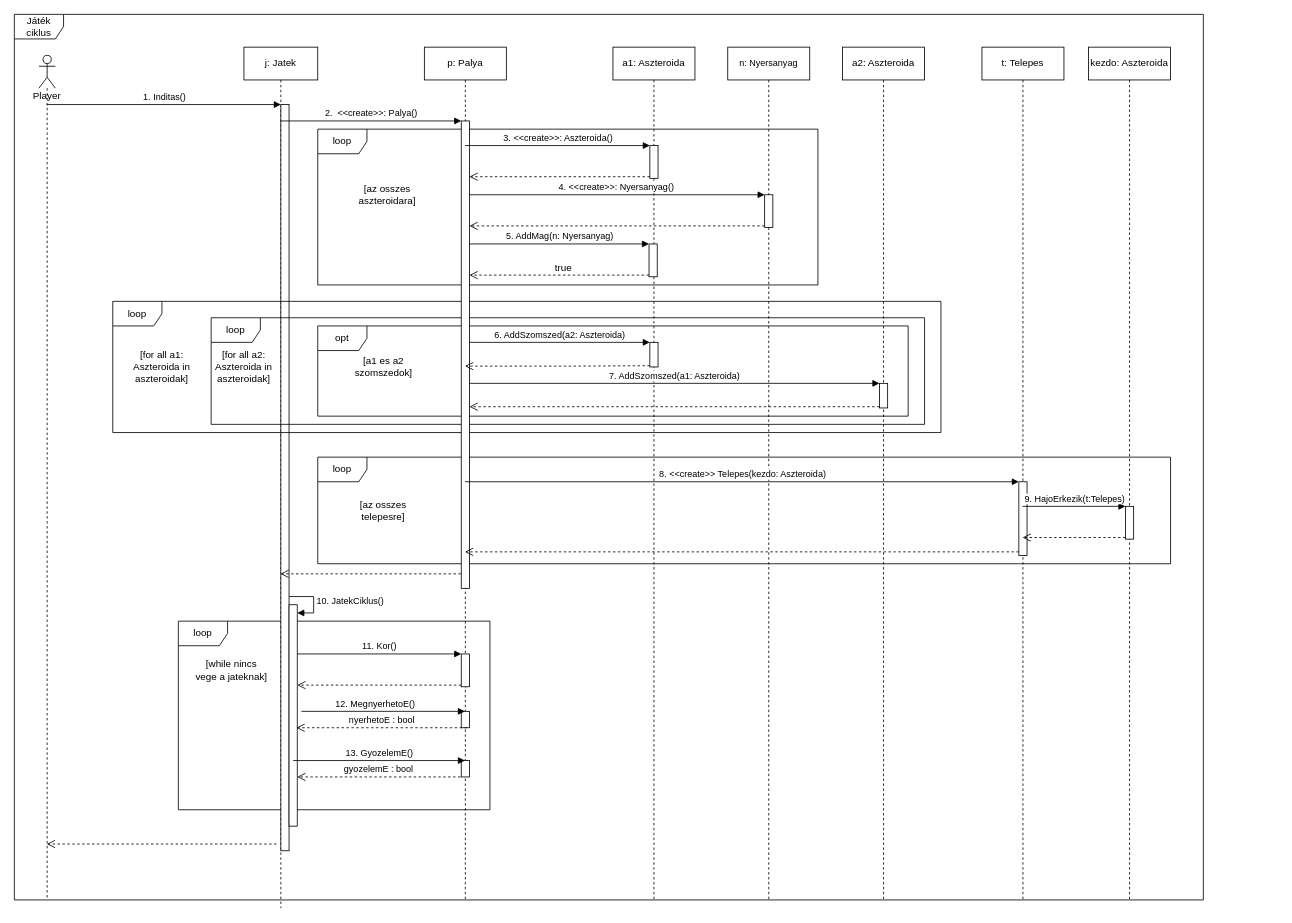
Above: doc/szekvencia/szek_JatekCiklus.drawio in torpeBoiGo/aszteroidabanyaszat (draw.io), before the change. Source tidied: cells renumbered, new cells numbered last; positions are measured from the earlier drawing's top-left corner, leaving out a move shared by most shapes. Both pictures are drawn from the tidied source at 82%, with x=0, y=0 at pixel (14, 14).
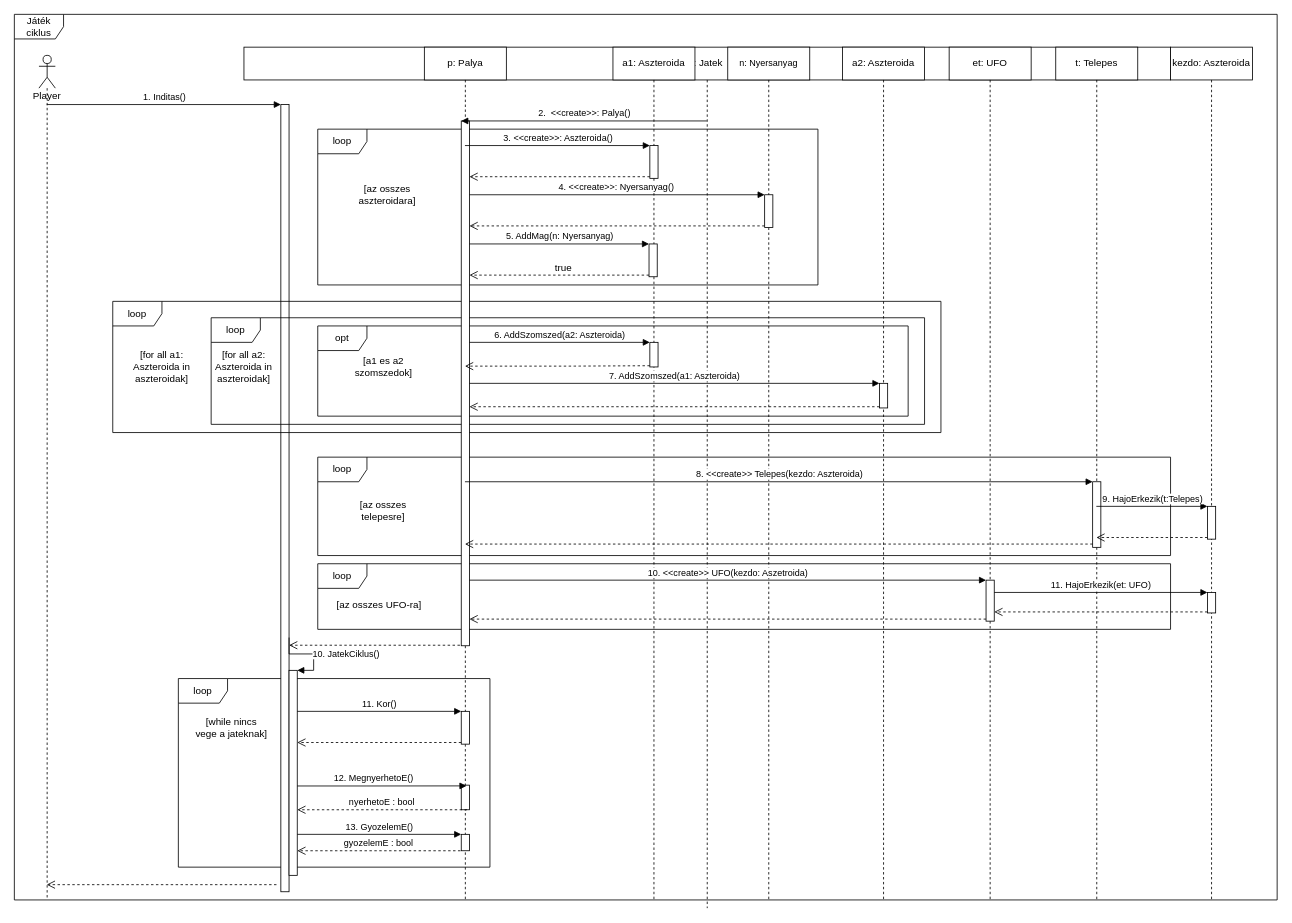
The same diagram, later.

Unchanged cells that the change refers to:
```xml
<mxCell id="17" value="p: Palya" style="shape=umlLifeline;perimeter=lifelinePerimeter;whiteSpace=wrap;html=1;outlineConnect=0;" parent="1" vertex="1">
  <mxGeometry x="500" y="40" width="100" height="1040" as="geometry" />
</mxCell>
```

Diff of the diagram source:
```diff
@@
+    <mxCell id="3" value="Játék ciklus" style="shape=umlFrame;whiteSpace=wrap;html=1;" parent="1" vertex="1">
+      <mxGeometry width="1540" height="1080" as="geometry" />
+    </mxCell>
+    <mxCell id="62" value="loop" style="shape=umlFrame;whiteSpace=wrap;html=1;" parent="1" vertex="1">
+      <mxGeometry x="370" y="670" width="1040" height="80" as="geometry" />
+    </mxCell>
     <mxCell id="2" value="loop" style="shape=umlFrame;whiteSpace=wrap;html=1;" parent="1" vertex="1">
-      <mxGeometry x="200" y="740" width="380" height="230" as="geometry" />
+      <mxGeometry x="200" y="810" width="380" height="230" as="geometry" />
     </mxCell>
-    <mxCell id="3" value="Játék ciklus" style="shape=umlFrame;whiteSpace=wrap;html=1;" parent="1" vertex="1">
-      <mxGeometry width="1450" height="1080" as="geometry" />
-    </mxCell>
     <mxCell id="4" value="j: Jatek" style="shape=umlLifeline;perimeter=lifelinePerimeter;whiteSpace=wrap;html=1;outlineConnect=0;" parent="1" vertex="1">
-      <mxGeometry x="280" y="40" width="90" height="1050" as="geometry" />
+      <mxGeometry x="280" y="40" width="1130" height="1050" as="geometry" />
     </mxCell>
     <mxCell id="5" style="html=1;points=[];perimeter=orthogonalPerimeter;" parent="4" vertex="1">
-      <mxGeometry x="45" y="70" width="10" height="910" as="geometry" />
+      <mxGeometry x="45" y="70" width="10" height="960" as="geometry" />
     </mxCell>
     <mxCell id="6" style="html=1;points=[];perimeter=orthogonalPerimeter;" parent="4" vertex="1">
-      <mxGeometry x="55" y="680" width="10" height="270" as="geometry" />
+      <mxGeometry x="55" y="760" width="10" height="250" as="geometry" />
     </mxCell>
-    <mxCell id="7" value="10. JatekCiklus()" style="edgeStyle=orthogonalEdgeStyle;html=1;align=left;spacingLeft=2;endArrow=block;rounded=0;entryX=1;entryY=0;" parent="4" edge="1">
+    <mxCell id="7" value="10. JatekCiklus()" style="edgeStyle=orthogonalEdgeStyle;html=1;align=left;spacingLeft=2;endArrow=block;rounded=0;" parent="4" edge="1" target="6">
       <mxGeometry relative="1" as="geometry">
-        <mxPoint x="55" y="670" as="sourcePoint" />
-        <mxPoint x="65" y="690" as="targetPoint" />
+        <mxPoint x="55" y="720" as="sourcePoint" />
         <Array as="points">
-          <mxPoint x="85" y="670" />
-          <mxPoint x="85" y="690" />
+          <mxPoint x="55" y="740" />
+          <mxPoint x="85" y="740" />
+          <mxPoint x="85" y="760" />
         </Array>
       </mxGeometry>
     </mxCell>
@@
     <mxCell id="9" value="loop" style="shape=umlFrame;whiteSpace=wrap;html=1;" parent="4" vertex="1">
-      <mxGeometry x="90" y="500" width="1040" height="130" as="geometry" />
+      <mxGeometry x="90" y="500" width="1040" height="120" as="geometry" />
     </mxCell>
@@
     <mxCell id="18" style="html=1;points=[];perimeter=orthogonalPerimeter;" parent="17" vertex="1">
-      <mxGeometry x="45" y="740" width="10" height="40" as="geometry" />
+      <mxGeometry x="45" y="810" width="10" height="40" as="geometry" />
     </mxCell>
     <mxCell id="19" style="html=1;points=[];perimeter=orthogonalPerimeter;" parent="17" vertex="1">
-      <mxGeometry x="45" y="90" width="10" height="570" as="geometry" />
+      <mxGeometry x="45" y="90" width="10" height="640" as="geometry" />
     </mxCell>
     <mxCell id="20" style="html=1;points=[];perimeter=orthogonalPerimeter;" parent="17" vertex="1">
-      <mxGeometry x="45" y="810" width="10" height="20" as="geometry" />
+      <mxGeometry x="45" y="900" width="10" height="30" as="geometry" />
     </mxCell>
     <mxCell id="21" style="html=1;points=[];perimeter=orthogonalPerimeter;" parent="17" vertex="1">
-      <mxGeometry x="45" y="870" width="10" height="20" as="geometry" />
+      <mxGeometry x="45" y="960" width="10" height="20" as="geometry" />
     </mxCell>
-    <mxCell id="22" value="11. Kor()" style="html=1;verticalAlign=bottom;endArrow=block;entryX=0;entryY=0;" parent="1" edge="1" target="18">
-      <mxGeometry relative="1" as="geometry">
-        <mxPoint x="345" y="780" as="sourcePoint" />
-      </mxGeometry>
+    <mxCell id="22" value="11. Kor()" style="html=1;verticalAlign=bottom;endArrow=block;entryX=0;entryY=0;" parent="1" edge="1" source="6" target="18">
+      <mxGeometry relative="1" as="geometry" />
     </mxCell>
-    <mxCell id="23" style="html=1;verticalAlign=bottom;endArrow=open;dashed=1;endSize=8;exitX=0;exitY=0.95;" parent="1" edge="1" source="18">
-      <mxGeometry x="0.15" y="92" relative="1" as="geometry">
-        <mxPoint x="345" y="818" as="targetPoint" />
-      </mxGeometry>
+    <mxCell id="23" style="html=1;verticalAlign=bottom;endArrow=open;dashed=1;endSize=8;exitX=0;exitY=0.95;" parent="1" edge="1" source="18" target="6">
+      <mxGeometry x="0.15" y="92" relative="1" as="geometry" />
     </mxCell>
     <mxCell id="24" value="[while nincs vege a jateknak]" style="text;html=1;strokeColor=none;fillColor=none;align=center;verticalAlign=middle;whiteSpace=wrap;rounded=0;" parent="1" vertex="1">
-      <mxGeometry x="220" y="790" width="90" height="20" as="geometry" />
+      <mxGeometry x="220" y="860" width="90" height="20" as="geometry" />
     </mxCell>
-    <mxCell id="25" value="12. MegnyerhetoE()" style="html=1;verticalAlign=bottom;endArrow=block;curved=1;" parent="1" edge="1" target="17">
+    <mxCell id="25" value="12. MegnyerhetoE()" style="html=1;verticalAlign=bottom;endArrow=block;entryX=0.64;entryY=0.03;entryDx=0;entryDy=0;entryPerimeter=0;rounded=0;" parent="1" edge="1" source="6" target="20">
       <mxGeometry x="-0.1" relative="1" as="geometry">
-        <mxPoint x="350" y="850" as="sourcePoint" />
         <Array as="points">
-          <mxPoint x="440" y="850" />
+          <mxPoint x="430" y="941" />
         </Array>
       </mxGeometry>
     </mxCell>
-    <mxCell id="26" value="13. GyozelemE()" style="html=1;verticalAlign=bottom;endArrow=block;curved=1;" parent="1" edge="1" target="17">
-      <mxGeometry relative="1" as="geometry">
-        <mxPoint x="340" y="910" as="sourcePoint" />
-        <Array as="points">
-          <mxPoint x="440" y="910" />
-        </Array>
-      </mxGeometry>
+    <mxCell id="26" value="13. GyozelemE()" style="html=1;verticalAlign=bottom;endArrow=block;rounded=0;" parent="1" edge="1" source="6" target="21">
+      <mxGeometry relative="1" as="geometry" />
     </mxCell>
@@
-    <mxCell id="28" style="html=1;verticalAlign=bottom;endArrow=open;dashed=1;endSize=8;exitX=-0.049;exitY=0.969;exitDx=0;exitDy=0;exitPerimeter=0;" parent="1" edge="1" source="19" target="4">
+    <mxCell id="28" style="html=1;verticalAlign=bottom;endArrow=open;dashed=1;endSize=8;exitX=-0.16;exitY=0.999;exitDx=0;exitDy=0;exitPerimeter=0;" parent="1" edge="1" source="19" target="5">
       <mxGeometry relative="1" as="geometry" />
     </mxCell>
@@
     <mxCell id="41" value="t: Telepes" style="shape=umlLifeline;perimeter=lifelinePerimeter;whiteSpace=wrap;html=1;outlineConnect=0;" parent="1" vertex="1">
-      <mxGeometry x="1180" y="40" width="100" height="1040" as="geometry" />
+      <mxGeometry x="1270" y="40" width="100" height="1040" as="geometry" />
     </mxCell>
     <mxCell id="42" style="html=1;points=[];perimeter=orthogonalPerimeter;" parent="41" vertex="1">
-      <mxGeometry x="45" y="530" width="10" height="90" as="geometry" />
+      <mxGeometry x="45" y="530" width="10" height="80" as="geometry" />
     </mxCell>
@@
     <mxCell id="45" value="kezdo: Aszteroida" style="shape=umlLifeline;perimeter=lifelinePerimeter;whiteSpace=wrap;html=1;" parent="1" vertex="1">
-      <mxGeometry x="1310" y="40" width="100" height="1040" as="geometry" />
+      <mxGeometry x="1410" y="40" width="100" height="1040" as="geometry" />
     </mxCell>
@@
+    <mxCell id="63" style="html=1;points=[];perimeter=orthogonalPerimeter;" parent="45" vertex="1">
+      <mxGeometry x="45" y="665" width="10" height="25" as="geometry" />
+    </mxCell>
@@
-    <mxCell id="56" value="nyerhetoE : bool" style="html=1;verticalAlign=bottom;endArrow=open;dashed=1;endSize=8;exitX=0.7;exitY=1;exitDx=0;exitDy=0;exitPerimeter=0;" parent="1" edge="1" source="20">
-      <mxGeometry relative="1" as="geometry">
-        <mxPoint x="344" y="870" as="targetPoint" />
-      </mxGeometry>
+    <mxCell id="56" value="nyerhetoE : bool" style="html=1;verticalAlign=bottom;endArrow=open;dashed=1;endSize=8;exitX=0.7;exitY=1;exitDx=0;exitDy=0;exitPerimeter=0;" parent="1" edge="1" source="20" target="6">
+      <mxGeometry relative="1" as="geometry" />
     </mxCell>
@@
+    <mxCell id="64" value="et: UFO" style="shape=umlLifeline;perimeter=lifelinePerimeter;whiteSpace=wrap;html=1;" parent="1" vertex="1">
+      <mxGeometry x="1140" y="40" width="100" height="1040" as="geometry" />
+    </mxCell>
+    <mxCell id="65" style="html=1;points=[];perimeter=orthogonalPerimeter;" parent="64" vertex="1">
+      <mxGeometry x="45" y="650" width="10" height="50" as="geometry" />
+    </mxCell>
+    <mxCell id="66" value="10. &amp;lt;&amp;lt;create&amp;gt;&amp;gt; UFO(kezdo: Aszetroida)" style="html=1;verticalAlign=bottom;endArrow=block;entryX=0;entryY=0;" parent="1" edge="1" source="19" target="65">
+      <mxGeometry relative="1" as="geometry" />
+    </mxCell>
+    <mxCell id="67" style="html=1;verticalAlign=bottom;endArrow=open;dashed=1;endSize=8;exitX=0;exitY=0.95;" parent="1" edge="1" source="65" target="19">
+      <mxGeometry relative="1" as="geometry" />
+    </mxCell>
+    <mxCell id="68" value="11. HajoErkezik(et: UFO)" style="html=1;verticalAlign=bottom;endArrow=block;entryX=0;entryY=0;" parent="1" edge="1" source="65" target="63">
+      <mxGeometry relative="1" as="geometry" />
+    </mxCell>
+    <mxCell id="69" style="html=1;verticalAlign=bottom;endArrow=open;dashed=1;endSize=8;exitX=0;exitY=0.95;" parent="1" edge="1" source="63" target="65">
+      <mxGeometry x="0.02" y="51" relative="1" as="geometry" />
+    </mxCell>
+    <mxCell id="70" value="[az osszes UFO-ra]" style="text;html=1;strokeColor=none;fillColor=none;align=center;verticalAlign=middle;whiteSpace=wrap;rounded=0;" parent="1" vertex="1">
+      <mxGeometry x="390" y="710" width="110" height="20" as="geometry" />
+    </mxCell>
```
